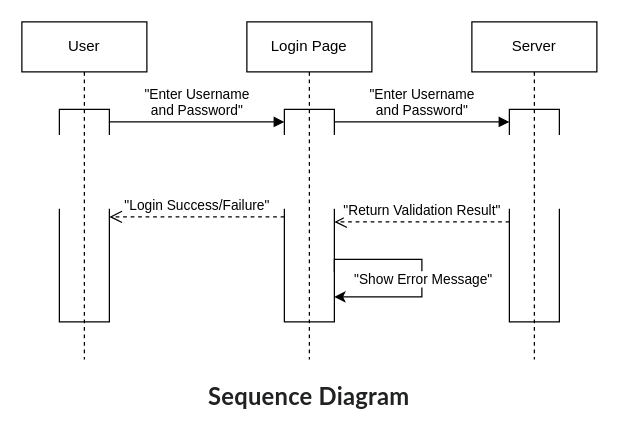
Earlier version of the draw.io diagram Sequence Diagram.drawio (bishwasadh/draw.io). Source tidied: cells renumbered, new cells numbered last; positions are measured from the earlier drawing's top-left corner, leaving out a move shared by most shapes. Both pictures are drawn from the tidied source at 125%, with x=0, y=0 at pixel (21, 21).
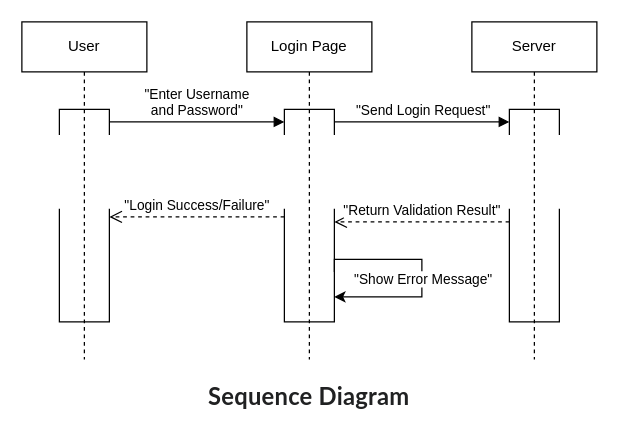
The same diagram, later.

The edit, as a diff of the source:
```diff
@@
-    <mxCell id="13" value="&quot;Enter Username&lt;div&gt;and Password&quot;&lt;/div&gt;" style="html=1;verticalAlign=bottom;endArrow=block;curved=0;rounded=0;" parent="1" edge="1">
-      <mxGeometry relative="1" as="geometry">
+    <mxCell id="13" value="&quot;Send Login Request&quot;" style="html=1;verticalAlign=bottom;endArrow=block;curved=0;rounded=0;" parent="1" edge="1">
+      <mxGeometry x="0.01" relative="1" as="geometry">
         <mxPoint x="250" y="80" as="sourcePoint" />
         <mxPoint x="390" y="80" as="targetPoint" />
       </mxGeometry>
     </mxCell>
```
